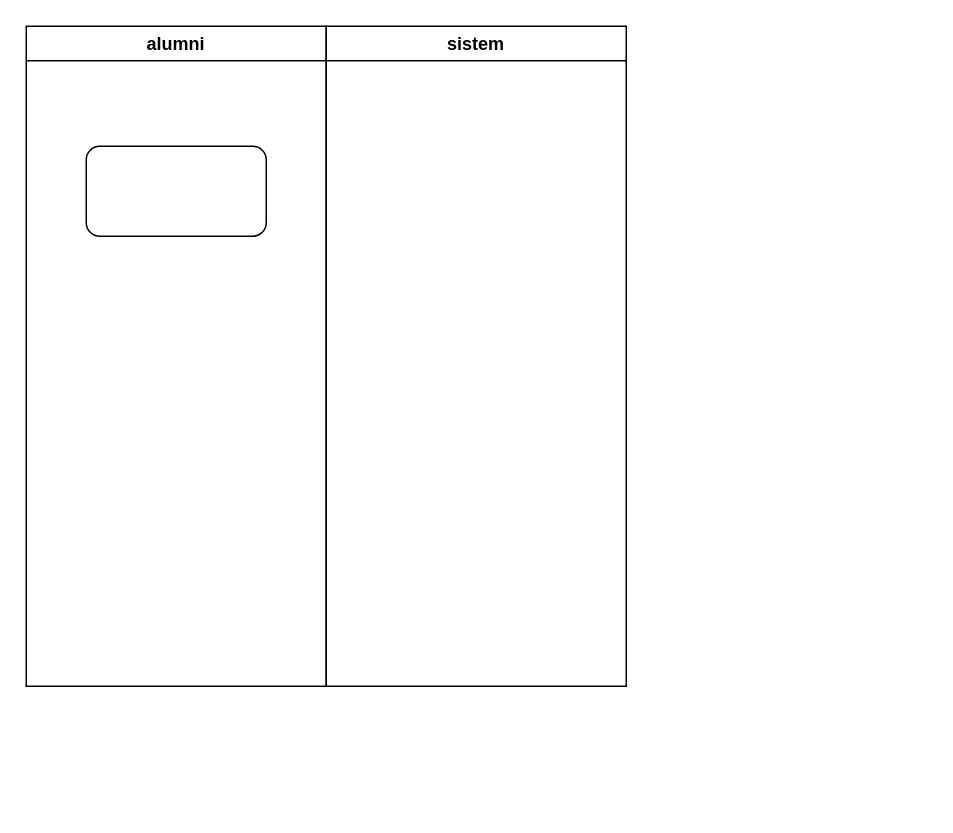
Earlier version of the draw.io diagram input profil activity  Diagram.drawio (ratihpn99/tokoonline). Source tidied: cells renumbered, new cells numbered last; positions are measured from the earlier drawing's top-left corner, leaving out a move shared by most shapes. Both pictures are drawn from the tidied source at 150%, with x=0, y=0 at pixel (26, 26).
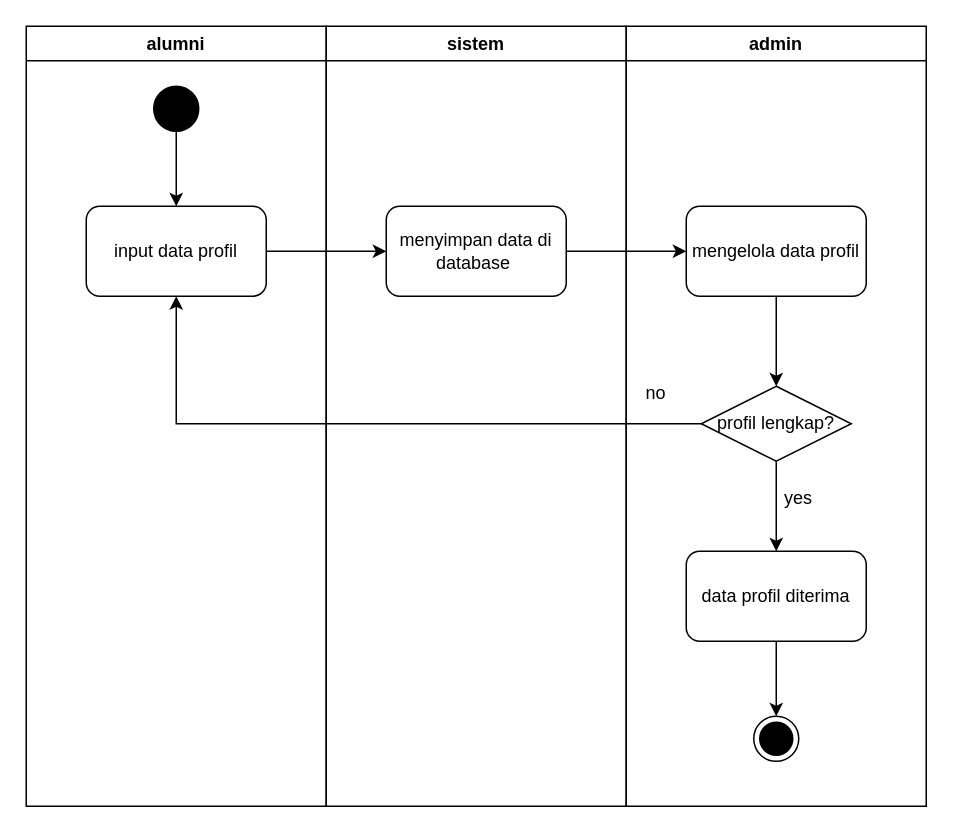
The same page after the edit.

Diff of the diagram source:
```diff
@@
     <mxCell id="2" value="alumni" style="swimlane;" parent="1" vertex="1">
-      <mxGeometry width="200" height="440" as="geometry" />
+      <mxGeometry width="200" height="520" as="geometry" />
     </mxCell>
-    <mxCell id="3" style="rounded=1;whiteSpace=wrap;html=1;" parent="2" vertex="1">
-      <mxGeometry x="40" y="80" width="120" height="60" as="geometry" />
+    <mxCell id="3" value="input data profil" style="rounded=1;whiteSpace=wrap;html=1;" parent="2" vertex="1">
+      <mxGeometry x="40" y="120" width="120" height="60" as="geometry" />
     </mxCell>
+    <mxCell id="5" style="edgeStyle=orthogonalEdgeStyle;rounded=0;jettySize=auto;html=1;" parent="2" edge="1" source="6" target="3">
+      <mxGeometry relative="1" as="geometry" />
+    </mxCell>
+    <mxCell id="6" style="ellipse;whiteSpace=wrap;html=1;fillColor=#000000;" parent="2" vertex="1">
+      <mxGeometry x="85" y="40" width="30" height="30" as="geometry" />
+    </mxCell>
     <mxCell id="4" value="sistem" style="swimlane;startSize=23;" parent="1" vertex="1">
-      <mxGeometry x="200" width="200" height="440" as="geometry" />
+      <mxGeometry x="200" width="200" height="520" as="geometry" />
     </mxCell>
+    <mxCell id="7" value="menyimpan data di database&amp;nbsp;" style="rounded=1;whiteSpace=wrap;html=1;" parent="4" vertex="1">
+      <mxGeometry x="40" y="120" width="120" height="60" as="geometry" />
+    </mxCell>
+    <mxCell id="8" value="admin" style="swimlane;startSize=23;" parent="1" vertex="1">
+      <mxGeometry x="400" width="200" height="520" as="geometry" />
+    </mxCell>
+    <mxCell id="9" style="edgeStyle=orthogonalEdgeStyle;rounded=0;jettySize=auto;html=1;" parent="8" edge="1" source="10" target="12">
+      <mxGeometry relative="1" as="geometry" />
+    </mxCell>
+    <mxCell id="10" value="mengelola data profil" style="rounded=1;whiteSpace=wrap;html=1;" parent="8" vertex="1">
+      <mxGeometry x="40" y="120" width="120" height="60" as="geometry" />
+    </mxCell>
+    <mxCell id="11" style="edgeStyle=orthogonalEdgeStyle;rounded=0;jettySize=auto;html=1;" parent="8" edge="1" source="12" target="14">
+      <mxGeometry relative="1" as="geometry" />
+    </mxCell>
+    <mxCell id="12" value="profil lengkap?" style="rhombus;whiteSpace=wrap;html=1;" parent="8" vertex="1">
+      <mxGeometry x="50" y="240" width="100" height="50" as="geometry" />
+    </mxCell>
+    <mxCell id="13" style="edgeStyle=orthogonalEdgeStyle;rounded=0;jettySize=auto;html=1;" parent="8" edge="1" source="14" target="15">
+      <mxGeometry relative="1" as="geometry" />
+    </mxCell>
+    <mxCell id="14" value="data profil diterima" style="rounded=1;whiteSpace=wrap;html=1;" parent="8" vertex="1">
+      <mxGeometry x="40" y="350" width="120" height="60" as="geometry" />
+    </mxCell>
+    <mxCell id="15" style="ellipse;html=1;shape=endState;fillColor=#000000;strokeColor=#000000;" parent="8" vertex="1">
+      <mxGeometry x="85" y="460" width="30" height="30" as="geometry" />
+    </mxCell>
+    <mxCell id="16" value="no" style="text;html=1;strokeColor=none;fillColor=none;align=center;verticalAlign=middle;whiteSpace=wrap;rounded=0;" parent="8" vertex="1">
+      <mxGeometry x="-10" y="230" width="60" height="30" as="geometry" />
+    </mxCell>
+    <mxCell id="17" value="yes" style="text;html=1;strokeColor=none;fillColor=none;align=center;verticalAlign=middle;whiteSpace=wrap;rounded=0;" parent="8" vertex="1">
+      <mxGeometry x="85" y="300" width="60" height="30" as="geometry" />
+    </mxCell>
+    <mxCell id="18" style="edgeStyle=orthogonalEdgeStyle;rounded=0;jettySize=auto;html=1;" parent="1" edge="1" source="3" target="7">
+      <mxGeometry relative="1" as="geometry" />
+    </mxCell>
+    <mxCell id="19" style="edgeStyle=orthogonalEdgeStyle;rounded=0;jettySize=auto;html=1;" parent="1" edge="1" source="7" target="10">
+      <mxGeometry relative="1" as="geometry" />
+    </mxCell>
+    <mxCell id="20" style="edgeStyle=orthogonalEdgeStyle;rounded=0;jettySize=auto;html=1;entryX=0.5;entryY=1;entryDx=0;entryDy=0;" parent="1" edge="1" source="12" target="3">
+      <mxGeometry relative="1" as="geometry" />
+    </mxCell>
```
